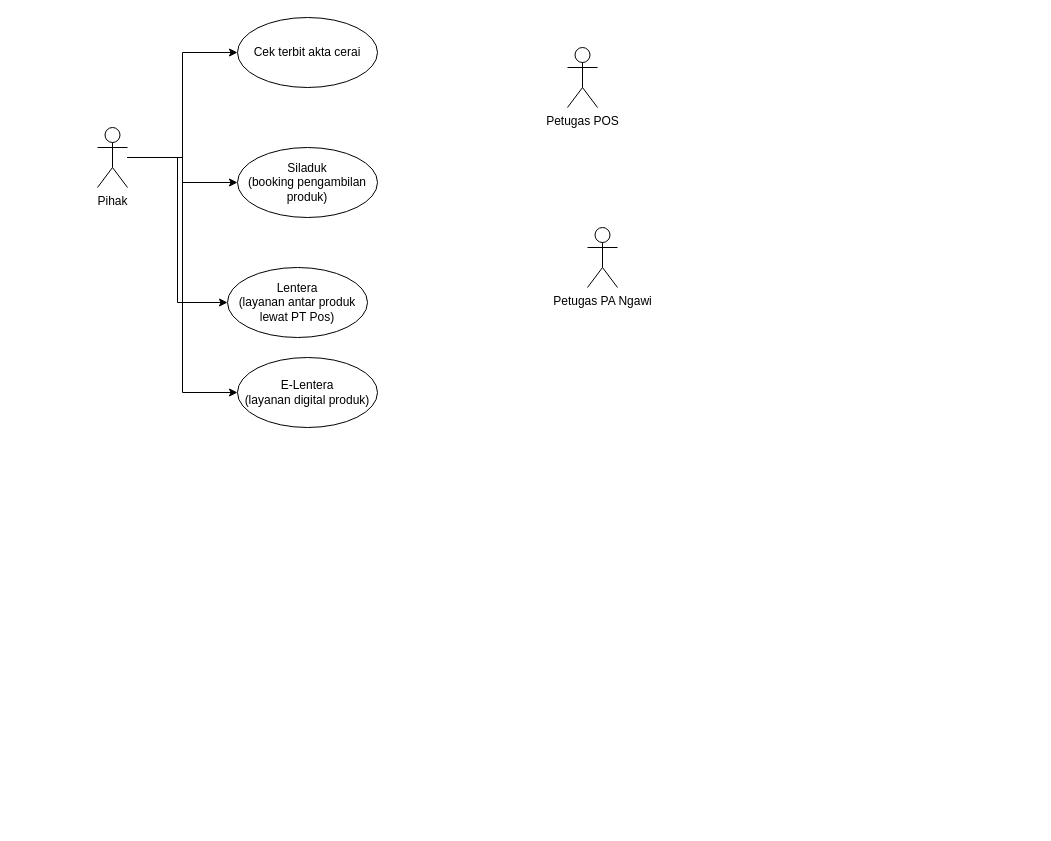
MuhammadIsmailHasan/selfi-properti-uml keeps this draw.io diagram as pemesanan_lentera.drawio. Above is the earlier version. Source tidied: cells renumbered, new cells numbered last; positions are measured from the earlier drawing's top-left corner, leaving out a move shared by most shapes. Both pictures are drawn from the tidied source at 100%, with x=0, y=0 at pixel (97, 17).
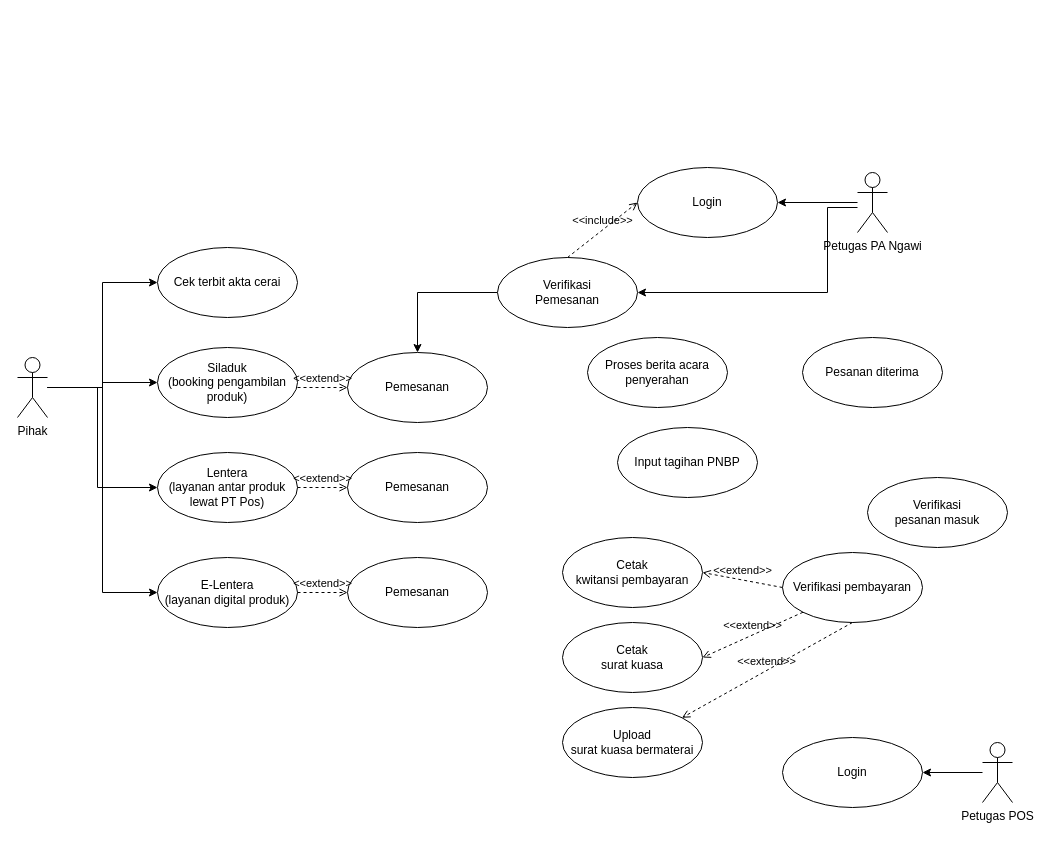
The same page after the edit.

Change to the diagram source:
```diff
@@
     <mxCell id="4" style="edgeStyle=orthogonalEdgeStyle;rounded=0;jettySize=auto;html=1;entryX=0;entryY=0.5;entryDx=0;entryDy=0;" parent="1" edge="1" source="6" target="11">
       <mxGeometry relative="1" as="geometry">
         <Array as="points">
-          <mxPoint x="80" y="140" />
-          <mxPoint x="80" y="285" />
+          <mxPoint y="370" />
+          <mxPoint y="470" />
         </Array>
       </mxGeometry>
     </mxCell>
@@
     <mxCell id="6" value="Pihak&lt;br&gt;" style="shape=umlActor;verticalLabelPosition=bottom;verticalAlign=top;html=1;" parent="1" vertex="1">
-      <mxGeometry y="110" width="30" height="60" as="geometry" />
+      <mxGeometry x="-80" y="340" width="30" height="60" as="geometry" />
     </mxCell>
+    <mxCell id="13" style="edgeStyle=orthogonalEdgeStyle;rounded=0;jettySize=auto;html=1;entryX=1;entryY=0.5;entryDx=0;entryDy=0;" parent="1" edge="1" source="7" target="16">
+      <mxGeometry relative="1" as="geometry" />
+    </mxCell>
     <mxCell id="7" value="Petugas POS" style="shape=umlActor;verticalLabelPosition=bottom;verticalAlign=top;html=1;" parent="1" vertex="1">
-      <mxGeometry x="470" y="30" width="30" height="60" as="geometry" />
+      <mxGeometry x="885" y="725" width="30" height="60" as="geometry" />
     </mxCell>
+    <mxCell id="14" style="edgeStyle=orthogonalEdgeStyle;rounded=0;jettySize=auto;html=1;entryX=1;entryY=0.5;entryDx=0;entryDy=0;" parent="1" edge="1" source="8" target="17">
+      <mxGeometry relative="1" as="geometry" />
+    </mxCell>
+    <mxCell id="15" style="edgeStyle=orthogonalEdgeStyle;rounded=0;jettySize=auto;html=1;entryX=1;entryY=0.5;entryDx=0;entryDy=0;" parent="1" edge="1" source="8" target="25">
+      <mxGeometry relative="1" as="geometry">
+        <Array as="points">
+          <mxPoint x="730" y="190" />
+          <mxPoint x="730" y="275" />
+        </Array>
+      </mxGeometry>
+    </mxCell>
     <mxCell id="8" value="Petugas PA Ngawi" style="shape=umlActor;verticalLabelPosition=bottom;verticalAlign=top;html=1;" parent="1" vertex="1">
-      <mxGeometry x="490" y="210" width="30" height="60" as="geometry" />
+      <mxGeometry x="760" y="155" width="30" height="60" as="geometry" />
     </mxCell>
     <mxCell id="9" value="Cek terbit akta cerai" style="ellipse;whiteSpace=wrap;html=1;" parent="1" vertex="1">
-      <mxGeometry x="140" width="140" height="70" as="geometry" />
+      <mxGeometry x="60" y="230" width="140" height="70" as="geometry" />
     </mxCell>
     <mxCell id="10" value="Siladuk&lt;br&gt;(booking pengambilan produk)" style="ellipse;whiteSpace=wrap;html=1;" parent="1" vertex="1">
-      <mxGeometry x="140" y="130" width="140" height="70" as="geometry" />
+      <mxGeometry x="60" y="330" width="140" height="70" as="geometry" />
     </mxCell>
     <mxCell id="11" value="Lentera&lt;br&gt;(layanan antar produk lewat PT Pos)" style="ellipse;whiteSpace=wrap;html=1;" parent="1" vertex="1">
-      <mxGeometry x="130" y="250" width="140" height="70" as="geometry" />
+      <mxGeometry x="60" y="435" width="140" height="70" as="geometry" />
     </mxCell>
     <mxCell id="12" value="E-Lentera&lt;br&gt;(layanan digital produk)" style="ellipse;whiteSpace=wrap;html=1;" parent="1" vertex="1">
-      <mxGeometry x="140" y="340" width="140" height="70" as="geometry" />
+      <mxGeometry x="60" y="540" width="140" height="70" as="geometry" />
     </mxCell>
+    <mxCell id="16" value="Login" style="ellipse;whiteSpace=wrap;html=1;" parent="1" vertex="1">
+      <mxGeometry x="685" y="720" width="140" height="70" as="geometry" />
+    </mxCell>
+    <mxCell id="17" value="Login" style="ellipse;whiteSpace=wrap;html=1;" parent="1" vertex="1">
+      <mxGeometry x="540" y="150" width="140" height="70" as="geometry" />
+    </mxCell>
+    <mxCell id="18" value="Pemesanan" style="ellipse;whiteSpace=wrap;html=1;" parent="1" vertex="1">
+      <mxGeometry x="250" y="335" width="140" height="70" as="geometry" />
+    </mxCell>
+    <mxCell id="19" value="&amp;lt;&amp;lt;extend&amp;gt;&amp;gt;" style="html=1;verticalAlign=bottom;labelBackgroundColor=none;endArrow=open;endFill=0;dashed=1;rounded=0;entryX=0;entryY=0.5;entryDx=0;entryDy=0;" parent="1" edge="1" target="18">
+      <mxGeometry relative="1" as="geometry">
+        <mxPoint x="200" y="370" as="sourcePoint" />
+      </mxGeometry>
+    </mxCell>
+    <mxCell id="20" value="Pemesanan" style="ellipse;whiteSpace=wrap;html=1;" parent="1" vertex="1">
+      <mxGeometry x="250" y="435" width="140" height="70" as="geometry" />
+    </mxCell>
+    <mxCell id="21" value="Pemesanan" style="ellipse;whiteSpace=wrap;html=1;" parent="1" vertex="1">
+      <mxGeometry x="250" y="540" width="140" height="70" as="geometry" />
+    </mxCell>
+    <mxCell id="22" value="&amp;lt;&amp;lt;extend&amp;gt;&amp;gt;" style="html=1;verticalAlign=bottom;labelBackgroundColor=none;endArrow=open;endFill=0;dashed=1;rounded=0;entryX=0;entryY=0.5;entryDx=0;entryDy=0;" parent="1" edge="1" target="20">
+      <mxGeometry relative="1" as="geometry">
+        <mxPoint x="200" y="470" as="sourcePoint" />
+      </mxGeometry>
+    </mxCell>
+    <mxCell id="23" value="&amp;lt;&amp;lt;extend&amp;gt;&amp;gt;" style="html=1;verticalAlign=bottom;labelBackgroundColor=none;endArrow=open;endFill=0;dashed=1;rounded=0;" parent="1" edge="1" source="12">
+      <mxGeometry relative="1" as="geometry">
+        <mxPoint x="250" y="575" as="targetPoint" />
+      </mxGeometry>
+    </mxCell>
+    <mxCell id="24" style="edgeStyle=orthogonalEdgeStyle;rounded=0;jettySize=auto;html=1;entryX=0.5;entryY=0;entryDx=0;entryDy=0;" parent="1" edge="1" source="25" target="18">
+      <mxGeometry relative="1" as="geometry" />
+    </mxCell>
+    <mxCell id="25" value="Verifikasi &lt;br&gt;Pemesanan" style="ellipse;whiteSpace=wrap;html=1;" parent="1" vertex="1">
+      <mxGeometry x="400" y="240" width="140" height="70" as="geometry" />
+    </mxCell>
+    <mxCell id="26" value="&amp;lt;&amp;lt;include&amp;gt;&amp;gt;" style="html=1;verticalAlign=bottom;labelBackgroundColor=none;endArrow=open;endFill=0;dashed=1;rounded=0;entryX=0;entryY=0.5;entryDx=0;entryDy=0;" parent="1" edge="1" target="17">
+      <mxGeometry relative="1" as="geometry">
+        <mxPoint x="470" y="240" as="sourcePoint" />
+      </mxGeometry>
+    </mxCell>
+    <mxCell id="27" value="Verifikasi &lt;br&gt;pesanan masuk" style="ellipse;whiteSpace=wrap;html=1;" parent="1" vertex="1">
+      <mxGeometry x="770" y="460" width="140" height="70" as="geometry" />
+    </mxCell>
+    <mxCell id="28" value="Verifikasi pembayaran" style="ellipse;whiteSpace=wrap;html=1;" parent="1" vertex="1">
+      <mxGeometry x="685" y="535" width="140" height="70" as="geometry" />
+    </mxCell>
+    <mxCell id="29" value="Cetak &lt;br&gt;kwitansi pembayaran" style="ellipse;whiteSpace=wrap;html=1;" parent="1" vertex="1">
+      <mxGeometry x="465" y="520" width="140" height="70" as="geometry" />
+    </mxCell>
+    <mxCell id="30" value="Cetak &lt;br&gt;surat kuasa" style="ellipse;whiteSpace=wrap;html=1;" parent="1" vertex="1">
+      <mxGeometry x="465" y="605" width="140" height="70" as="geometry" />
+    </mxCell>
+    <mxCell id="31" value="&amp;lt;&amp;lt;extend&amp;gt;&amp;gt;" style="html=1;verticalAlign=bottom;labelBackgroundColor=none;endArrow=open;endFill=0;dashed=1;rounded=0;entryX=1;entryY=0.5;entryDx=0;entryDy=0;exitX=0;exitY=0.5;exitDx=0;exitDy=0;" parent="1" edge="1" source="28" target="29">
+      <mxGeometry relative="1" as="geometry" />
+    </mxCell>
+    <mxCell id="32" value="&amp;lt;&amp;lt;extend&amp;gt;&amp;gt;" style="html=1;verticalAlign=bottom;labelBackgroundColor=none;endArrow=open;endFill=0;dashed=1;rounded=0;entryX=1;entryY=0.5;entryDx=0;entryDy=0;exitX=0;exitY=1;exitDx=0;exitDy=0;" parent="1" edge="1" source="28" target="30">
+      <mxGeometry relative="1" as="geometry" />
+    </mxCell>
+    <mxCell id="33" value="Upload&lt;br&gt;surat kuasa bermaterai" style="ellipse;whiteSpace=wrap;html=1;" parent="1" vertex="1">
+      <mxGeometry x="465" y="690" width="140" height="70" as="geometry" />
+    </mxCell>
+    <mxCell id="34" value="&amp;lt;&amp;lt;extend&amp;gt;&amp;gt;" style="html=1;verticalAlign=bottom;labelBackgroundColor=none;endArrow=open;endFill=0;dashed=1;rounded=0;entryX=1;entryY=0;entryDx=0;entryDy=0;exitX=0.5;exitY=1;exitDx=0;exitDy=0;" parent="1" edge="1" source="28" target="33">
+      <mxGeometry relative="1" as="geometry" />
+    </mxCell>
+    <mxCell id="35" value="Pesanan diterima" style="ellipse;whiteSpace=wrap;html=1;" parent="1" vertex="1">
+      <mxGeometry x="705" y="320" width="140" height="70" as="geometry" />
+    </mxCell>
+    <mxCell id="36" value="Proses berita acara penyerahan" style="ellipse;whiteSpace=wrap;html=1;" parent="1" vertex="1">
+      <mxGeometry x="490" y="320" width="140" height="70" as="geometry" />
+    </mxCell>
+    <mxCell id="37" value="Input tagihan PNBP" style="ellipse;whiteSpace=wrap;html=1;" parent="1" vertex="1">
+      <mxGeometry x="520" y="410" width="140" height="70" as="geometry" />
+    </mxCell>
```
